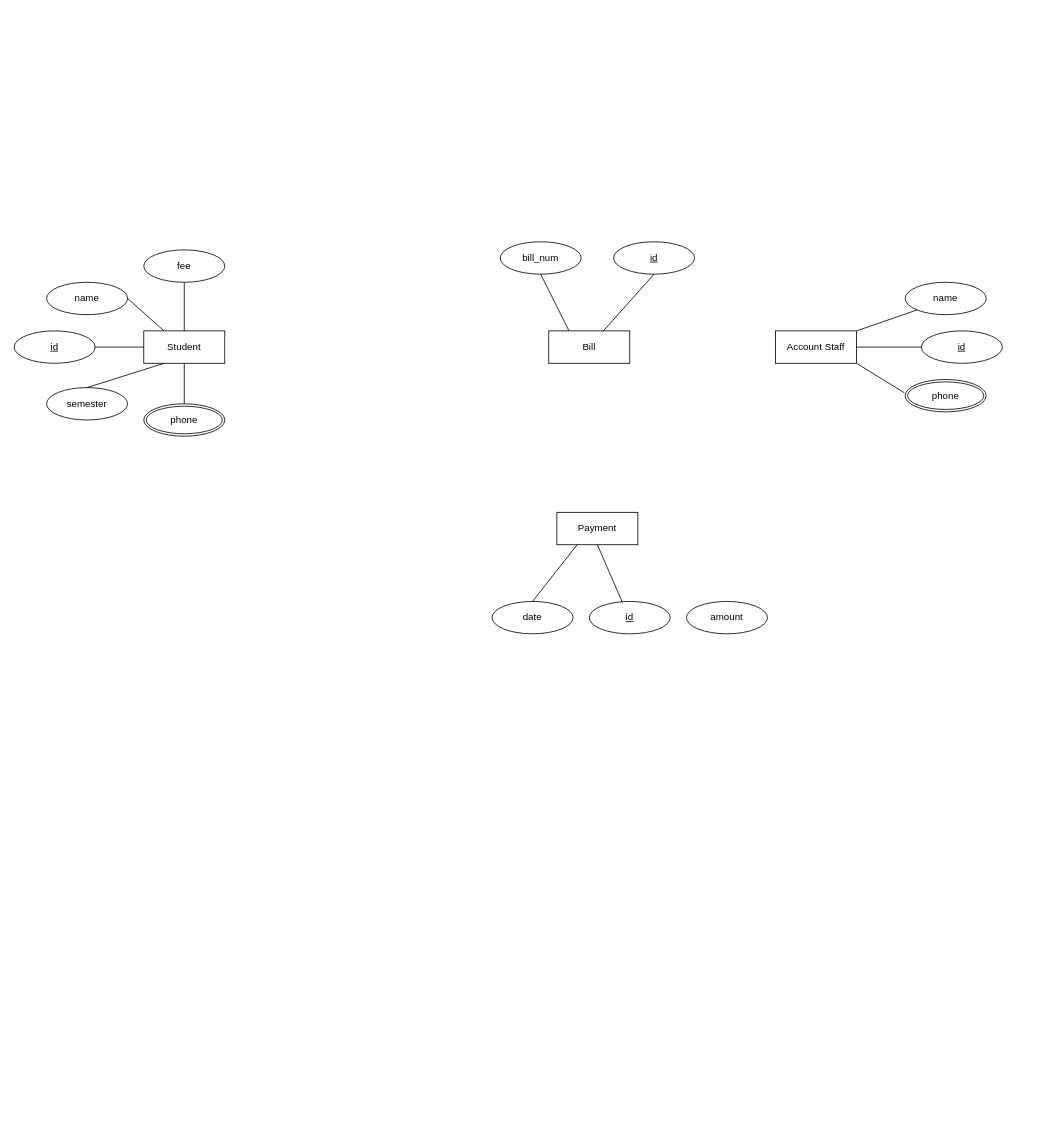
Above: ERD.drawio in Khesehang-Limbu/Project-I (draw.io), before the change. Source tidied: cells renumbered, new cells numbered last; positions are measured from the earlier drawing's top-left corner, leaving out a move shared by most shapes. Both pictures are drawn from the tidied source at 81%, with x=0, y=0 at pixel (14, 241).
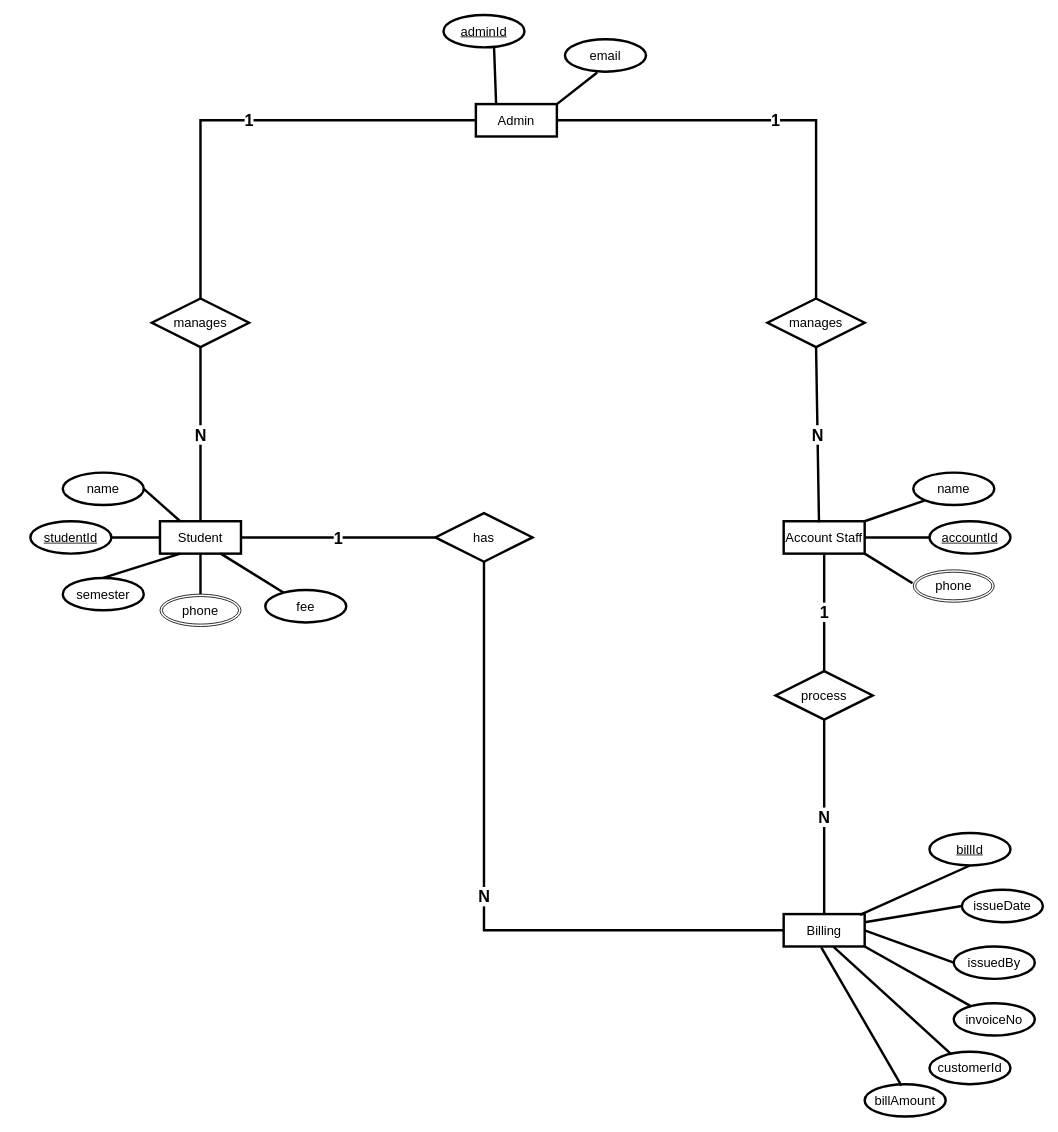
Above is the later version.

What changed in the source:
```diff
@@
-    <mxCell id="2" value="Student" style="whiteSpace=wrap;html=1;align=center;" parent="1" vertex="1">
-      <mxGeometry x="160" y="110" width="100" height="40" as="geometry" />
+    <mxCell id="2" value="Student" style="whiteSpace=wrap;html=1;align=center;strokeWidth=3;fontSize=16;" parent="1" vertex="1">
+      <mxGeometry x="180" y="345" width="100" height="40" as="geometry" />
     </mxCell>
-    <mxCell id="3" value="Bill" style="whiteSpace=wrap;html=1;align=center;" parent="1" vertex="1">
-      <mxGeometry x="660" y="110" width="100" height="40" as="geometry" />
+    <mxCell id="3" value="Billing" style="whiteSpace=wrap;html=1;align=center;strokeWidth=3;fontSize=16;" parent="1" vertex="1">
+      <mxGeometry x="950" y="830" width="100" height="40" as="geometry" />
     </mxCell>
-    <mxCell id="4" value="name" style="ellipse;whiteSpace=wrap;html=1;align=center;" parent="1" vertex="1">
-      <mxGeometry x="40" y="50" width="100" height="40" as="geometry" />
+    <mxCell id="4" value="name" style="ellipse;whiteSpace=wrap;html=1;align=center;strokeWidth=3;fontSize=16;" parent="1" vertex="1">
+      <mxGeometry x="60" y="285" width="100" height="40" as="geometry" />
     </mxCell>
-    <mxCell id="5" value="id" style="ellipse;whiteSpace=wrap;html=1;align=center;fontStyle=4;" parent="1" vertex="1">
-      <mxGeometry y="110" width="100" height="40" as="geometry" />
+    <mxCell id="5" value="studentId" style="ellipse;whiteSpace=wrap;html=1;align=center;fontStyle=4;strokeWidth=3;fontSize=16;" parent="1" vertex="1">
+      <mxGeometry x="20" y="345" width="100" height="40" as="geometry" />
     </mxCell>
-    <mxCell id="6" value="semester" style="ellipse;whiteSpace=wrap;html=1;align=center;" parent="1" vertex="1">
-      <mxGeometry x="40" y="180" width="100" height="40" as="geometry" />
+    <mxCell id="6" value="semester" style="ellipse;whiteSpace=wrap;html=1;align=center;strokeWidth=3;fontSize=16;" parent="1" vertex="1">
+      <mxGeometry x="60" y="415" width="100" height="40" as="geometry" />
     </mxCell>
-    <mxCell id="7" value="fee" style="ellipse;whiteSpace=wrap;html=1;align=center;" parent="1" vertex="1">
-      <mxGeometry x="160" y="10" width="100" height="40" as="geometry" />
+    <mxCell id="7" value="fee" style="ellipse;whiteSpace=wrap;html=1;align=center;strokeWidth=3;fontSize=16;" parent="1" vertex="1">
+      <mxGeometry x="310" y="430" width="100" height="40" as="geometry" />
     </mxCell>
-    <mxCell id="8" style="edgeStyle=orthogonalEdgeStyle;rounded=0;jettySize=auto;html=1;entryX=0.5;entryY=1;entryDx=0;entryDy=0;endArrow=none;endFill=0;" parent="1" edge="1" source="9" target="2">
+    <mxCell id="8" style="edgeStyle=orthogonalEdgeStyle;rounded=0;jettySize=auto;html=1;entryX=0.5;entryY=1;entryDx=0;entryDy=0;endArrow=none;endFill=0;strokeWidth=3;fontSize=16;" parent="1" edge="1" source="9" target="2">
       <mxGeometry relative="1" as="geometry" />
     </mxCell>
-    <mxCell id="9" value="phone" style="ellipse;shape=doubleEllipse;margin=3;whiteSpace=wrap;html=1;align=center;" parent="1" vertex="1">
-      <mxGeometry x="160" y="200" width="100" height="40" as="geometry" />
+    <mxCell id="9" value="phone" style="ellipse;shape=doubleEllipse;margin=3;whiteSpace=wrap;html=1;align=center;strokeWidth=1;fontSize=16;" parent="1" vertex="1">
+      <mxGeometry x="180" y="435" width="100" height="40" as="geometry" />
     </mxCell>
-    <mxCell id="10" style="endArrow=none;html=1;rounded=0;exitX=0.5;exitY=0;exitDx=0;exitDy=0;entryX=0.25;entryY=1;entryDx=0;entryDy=0;" parent="1" edge="1" source="6" target="2">
+    <mxCell id="10" style="endArrow=none;html=1;rounded=0;exitX=0.5;exitY=0;exitDx=0;exitDy=0;entryX=0.25;entryY=1;entryDx=0;entryDy=0;strokeWidth=3;fontSize=16;" parent="1" edge="1" source="6" target="2">
       <mxGeometry relative="1" as="geometry" />
     </mxCell>
-    <mxCell id="11" style="endArrow=none;html=1;rounded=0;exitX=1;exitY=0.5;exitDx=0;exitDy=0;entryX=0;entryY=0.5;entryDx=0;entryDy=0;" parent="1" edge="1" source="5" target="2">
+    <mxCell id="11" style="endArrow=none;html=1;rounded=0;exitX=1;exitY=0.5;exitDx=0;exitDy=0;entryX=0;entryY=0.5;entryDx=0;entryDy=0;strokeWidth=3;fontSize=16;" parent="1" edge="1" source="5" target="2">
       <mxGeometry relative="1" as="geometry" />
     </mxCell>
-    <mxCell id="12" style="endArrow=none;html=1;rounded=0;exitX=1;exitY=0.5;exitDx=0;exitDy=0;entryX=0.25;entryY=0;entryDx=0;entryDy=0;" parent="1" edge="1" source="4" target="2">
+    <mxCell id="12" style="endArrow=none;html=1;rounded=0;exitX=1;exitY=0.5;exitDx=0;exitDy=0;entryX=0.25;entryY=0;entryDx=0;entryDy=0;strokeWidth=3;fontSize=16;" parent="1" edge="1" source="4" target="2">
       <mxGeometry relative="1" as="geometry" />
     </mxCell>
-    <mxCell id="13" style="endArrow=none;html=1;rounded=0;exitX=0.5;exitY=1;exitDx=0;exitDy=0;entryX=0.5;entryY=0;entryDx=0;entryDy=0;" parent="1" edge="1" source="7" target="2">
+    <mxCell id="13" style="endArrow=none;html=1;rounded=0;entryX=0.75;entryY=1;entryDx=0;entryDy=0;strokeWidth=3;fontSize=16;" parent="1" edge="1" source="7" target="2">
       <mxGeometry relative="1" as="geometry" />
     </mxCell>
-    <mxCell id="14" value="Account Staff" style="whiteSpace=wrap;html=1;align=center;" parent="1" vertex="1">
-      <mxGeometry x="940" y="110" width="100" height="40" as="geometry" />
+    <mxCell id="14" value="Account Staff" style="whiteSpace=wrap;html=1;align=center;strokeWidth=3;fontSize=16;" parent="1" vertex="1">
+      <mxGeometry x="950" y="345" width="100" height="40" as="geometry" />
     </mxCell>
-    <mxCell id="15" value="name" style="ellipse;whiteSpace=wrap;html=1;align=center;" parent="1" vertex="1">
-      <mxGeometry x="1100" y="50" width="100" height="40" as="geometry" />
+    <mxCell id="15" value="name" style="ellipse;whiteSpace=wrap;html=1;align=center;strokeWidth=3;fontSize=16;" parent="1" vertex="1">
+      <mxGeometry x="1110" y="285" width="100" height="40" as="geometry" />
     </mxCell>
-    <mxCell id="16" value="id" style="ellipse;whiteSpace=wrap;html=1;align=center;fontStyle=4;" parent="1" vertex="1">
-      <mxGeometry x="1120" y="110" width="100" height="40" as="geometry" />
+    <mxCell id="16" value="accountId" style="ellipse;whiteSpace=wrap;html=1;align=center;fontStyle=4;strokeWidth=3;fontSize=16;" parent="1" vertex="1">
+      <mxGeometry x="1130" y="345" width="100" height="40" as="geometry" />
     </mxCell>
-    <mxCell id="17" value="phone" style="ellipse;shape=doubleEllipse;margin=3;whiteSpace=wrap;html=1;align=center;" parent="1" vertex="1">
-      <mxGeometry x="1100" y="170" width="100" height="40" as="geometry" />
+    <mxCell id="17" value="phone" style="ellipse;shape=doubleEllipse;margin=3;whiteSpace=wrap;html=1;align=center;strokeWidth=1;fontSize=16;" parent="1" vertex="1">
+      <mxGeometry x="1110" y="405" width="100" height="40" as="geometry" />
     </mxCell>
-    <mxCell id="18" style="endArrow=none;html=1;rounded=0;exitX=0;exitY=0.5;exitDx=0;exitDy=0;" parent="1" edge="1" source="16">
+    <mxCell id="18" style="endArrow=none;html=1;rounded=0;exitX=0;exitY=0.5;exitDx=0;exitDy=0;strokeWidth=3;fontSize=16;" parent="1" edge="1" source="16">
       <mxGeometry relative="1" as="geometry">
-        <mxPoint x="1040" y="130" as="targetPoint" />
+        <mxPoint x="1050" y="365" as="targetPoint" />
       </mxGeometry>
     </mxCell>
-    <mxCell id="19" style="endArrow=none;html=1;rounded=0;entryX=1;entryY=0;entryDx=0;entryDy=0;exitX=0;exitY=1;exitDx=0;exitDy=0;" parent="1" edge="1" source="15" target="14">
+    <mxCell id="19" style="endArrow=none;html=1;rounded=0;entryX=1;entryY=0;entryDx=0;entryDy=0;exitX=0;exitY=1;exitDx=0;exitDy=0;strokeWidth=3;fontSize=16;" parent="1" edge="1" source="15" target="14">
       <mxGeometry relative="1" as="geometry" />
     </mxCell>
-    <mxCell id="20" style="endArrow=none;html=1;rounded=0;entryX=1;entryY=1;entryDx=0;entryDy=0;exitX=-0.009;exitY=0.412;exitDx=0;exitDy=0;exitPerimeter=0;" parent="1" edge="1" source="17" target="14">
+    <mxCell id="20" style="endArrow=none;html=1;rounded=0;entryX=1;entryY=1;entryDx=0;entryDy=0;exitX=-0.009;exitY=0.412;exitDx=0;exitDy=0;exitPerimeter=0;strokeWidth=3;fontSize=16;" parent="1" edge="1" source="17" target="14">
       <mxGeometry relative="1" as="geometry" />
     </mxCell>
-    <mxCell id="21" value="bill_num" style="ellipse;whiteSpace=wrap;html=1;align=center;" parent="1" vertex="1">
-      <mxGeometry x="600" width="100" height="40" as="geometry" />
+    <mxCell id="21" value="invoiceNo" style="ellipse;whiteSpace=wrap;html=1;align=center;strokeWidth=3;fontSize=16;" parent="1" vertex="1">
+      <mxGeometry x="1160" y="940" width="100" height="40" as="geometry" />
     </mxCell>
-    <mxCell id="22" value="id" style="ellipse;whiteSpace=wrap;html=1;align=center;fontStyle=4;" parent="1" vertex="1">
-      <mxGeometry x="740" width="100" height="40" as="geometry" />
+    <mxCell id="22" value="billId" style="ellipse;whiteSpace=wrap;html=1;align=center;fontStyle=4;strokeWidth=3;fontSize=16;" parent="1" vertex="1">
+      <mxGeometry x="1130" y="730" width="100" height="40" as="geometry" />
     </mxCell>
-    <mxCell id="23" style="endArrow=none;html=1;rounded=0;entryX=0.667;entryY=0.021;entryDx=0;entryDy=0;entryPerimeter=0;exitX=0.5;exitY=1;exitDx=0;exitDy=0;" parent="1" edge="1" source="22" target="3">
+    <mxCell id="23" style="endArrow=none;html=1;rounded=0;entryX=0.942;entryY=0.022;entryDx=0;entryDy=0;entryPerimeter=0;exitX=0.5;exitY=1;exitDx=0;exitDy=0;strokeWidth=3;fontSize=16;" parent="1" edge="1" source="22" target="3">
       <mxGeometry relative="1" as="geometry" />
     </mxCell>
-    <mxCell id="24" style="endArrow=none;html=1;rounded=0;entryX=0.5;entryY=1;entryDx=0;entryDy=0;exitX=0.25;exitY=0;exitDx=0;exitDy=0;" parent="1" edge="1" source="3" target="21">
+    <mxCell id="24" style="endArrow=none;html=1;rounded=0;exitX=1;exitY=1;exitDx=0;exitDy=0;strokeWidth=3;fontSize=16;" parent="1" edge="1" source="3" target="21">
       <mxGeometry relative="1" as="geometry" />
     </mxCell>
-    <mxCell id="25" value="Payment" style="whiteSpace=wrap;html=1;align=center;" parent="1" vertex="1">
-      <mxGeometry x="670" y="334" width="100" height="40" as="geometry" />
-    </mxCell>
-    <mxCell id="26" value="date" style="ellipse;whiteSpace=wrap;html=1;align=center;" parent="1" vertex="1">
-      <mxGeometry x="590" y="444" width="100" height="40" as="geometry" />
-    </mxCell>
-    <mxCell id="27" value="id" style="ellipse;whiteSpace=wrap;html=1;align=center;fontStyle=4;" parent="1" vertex="1">
-      <mxGeometry x="710" y="444" width="100" height="40" as="geometry" />
-    </mxCell>
-    <mxCell id="28" style="endArrow=none;html=1;rounded=0;exitX=0.409;exitY=0.03;exitDx=0;exitDy=0;entryX=0.5;entryY=1;entryDx=0;entryDy=0;exitPerimeter=0;" parent="1" edge="1" source="27" target="25">
-      <mxGeometry relative="1" as="geometry" />
-    </mxCell>
-    <mxCell id="29" style="endArrow=none;html=1;rounded=0;entryX=0.5;entryY=0;entryDx=0;entryDy=0;exitX=0.25;exitY=1;exitDx=0;exitDy=0;" parent="1" edge="1" source="25" target="26">
-      <mxGeometry relative="1" as="geometry" />
-    </mxCell>
-    <mxCell id="30" value="amount" style="ellipse;whiteSpace=wrap;html=1;align=center;" parent="1" vertex="1">
-      <mxGeometry x="830" y="444" width="100" height="40" as="geometry" />
-    </mxCell>
+    <mxCell id="31" value="Admin&lt;br style=&quot;font-size: 16px;&quot;&gt;" style="whiteSpace=wrap;html=1;align=center;strokeWidth=3;fontSize=16;" parent="1" vertex="1">
+      <mxGeometry x="570" y="-170" width="100" height="40" as="geometry" />
+    </mxCell>
+    <mxCell id="32" style="endArrow=none;html=1;rounded=0;exitX=1;exitY=0;exitDx=0;exitDy=0;entryX=0.398;entryY=1.024;entryDx=0;entryDy=0;entryPerimeter=0;strokeWidth=3;fontSize=16;" parent="1" edge="1" source="31" target="33">
+      <mxGeometry relative="1" as="geometry" />
+    </mxCell>
+    <mxCell id="33" value="email" style="ellipse;whiteSpace=wrap;html=1;align=center;strokeWidth=3;fontSize=16;" parent="1" vertex="1">
+      <mxGeometry x="680" y="-250" width="100" height="40" as="geometry" />
+    </mxCell>
+    <mxCell id="34" value="adminId" style="ellipse;whiteSpace=wrap;html=1;align=center;fontStyle=4;strokeWidth=3;fontSize=16;" parent="1" vertex="1">
+      <mxGeometry x="530" y="-280" width="100" height="40" as="geometry" />
+    </mxCell>
+    <mxCell id="35" style="endArrow=none;html=1;rounded=0;exitX=0.25;exitY=0;exitDx=0;exitDy=0;entryX=0.624;entryY=0.969;entryDx=0;entryDy=0;entryPerimeter=0;strokeWidth=3;fontSize=16;" parent="1" edge="1" source="31" target="34">
+      <mxGeometry relative="1" as="geometry" />
+    </mxCell>
+    <mxCell id="36" value="manages" style="shape=rhombus;perimeter=rhombusPerimeter;whiteSpace=wrap;html=1;align=center;strokeWidth=3;fontSize=16;" parent="1" vertex="1">
+      <mxGeometry x="170" y="70" width="120" height="60" as="geometry" />
+    </mxCell>
+    <mxCell id="37" value="manages" style="shape=rhombus;perimeter=rhombusPerimeter;whiteSpace=wrap;html=1;align=center;strokeWidth=3;fontSize=16;" parent="1" vertex="1">
+      <mxGeometry x="930" y="70" width="120" height="60" as="geometry" />
+    </mxCell>
+    <mxCell id="38" value="1" style="endArrow=none;html=1;rounded=0;exitX=0;exitY=0.5;exitDx=0;exitDy=0;entryX=0.5;entryY=0;entryDx=0;entryDy=0;strokeWidth=3;fontSize=20;fontStyle=1;" parent="1" edge="1" source="31" target="36">
+      <mxGeometry relative="1" as="geometry">
+        <Array as="points">
+          <mxPoint x="230" y="-150" />
+        </Array>
+      </mxGeometry>
+    </mxCell>
+    <mxCell id="39" value="1" style="endArrow=none;html=1;rounded=0;exitX=1;exitY=0.5;exitDx=0;exitDy=0;entryX=0.5;entryY=0;entryDx=0;entryDy=0;strokeWidth=3;fontSize=20;fontStyle=1;" parent="1" edge="1" source="31" target="37">
+      <mxGeometry relative="1" as="geometry">
+        <Array as="points">
+          <mxPoint x="990" y="-150" />
+        </Array>
+      </mxGeometry>
+    </mxCell>
+    <mxCell id="40" value="N" style="endArrow=none;html=1;rounded=0;exitX=0.5;exitY=1;exitDx=0;exitDy=0;entryX=0.5;entryY=0;entryDx=0;entryDy=0;strokeWidth=3;fontSize=20;fontStyle=1;" parent="1" edge="1" source="36" target="2">
+      <mxGeometry relative="1" as="geometry" />
+    </mxCell>
+    <mxCell id="41" value="N" style="endArrow=none;html=1;rounded=0;exitX=0.5;exitY=1;exitDx=0;exitDy=0;entryX=0.436;entryY=0.035;entryDx=0;entryDy=0;entryPerimeter=0;strokeWidth=3;fontSize=20;fontStyle=1;" parent="1" edge="1" source="37" target="14">
+      <mxGeometry relative="1" as="geometry" />
+    </mxCell>
+    <mxCell id="42" value="customerId" style="ellipse;whiteSpace=wrap;html=1;align=center;strokeWidth=3;fontSize=16;" parent="1" vertex="1">
+      <mxGeometry x="1130" y="1000" width="100" height="40" as="geometry" />
+    </mxCell>
+    <mxCell id="43" style="endArrow=none;html=1;rounded=0;exitX=0.271;exitY=0.078;exitDx=0;exitDy=0;entryX=0.616;entryY=1.012;entryDx=0;entryDy=0;entryPerimeter=0;exitPerimeter=0;strokeWidth=3;fontSize=16;" parent="1" edge="1" source="42" target="3">
+      <mxGeometry relative="1" as="geometry" />
+    </mxCell>
+    <mxCell id="44" value="billAmount" style="ellipse;whiteSpace=wrap;html=1;align=center;strokeWidth=3;fontSize=16;" parent="1" vertex="1">
+      <mxGeometry x="1050" y="1040" width="100" height="40" as="geometry" />
+    </mxCell>
+    <mxCell id="45" value="issueDate" style="ellipse;whiteSpace=wrap;html=1;align=center;strokeWidth=3;fontSize=16;" parent="1" vertex="1">
+      <mxGeometry x="1170" y="800" width="100" height="40" as="geometry" />
+    </mxCell>
+    <mxCell id="46" value="issuedBy" style="ellipse;whiteSpace=wrap;html=1;align=center;strokeWidth=3;fontSize=16;" parent="1" vertex="1">
+      <mxGeometry x="1160" y="870" width="100" height="40" as="geometry" />
+    </mxCell>
+    <mxCell id="47" style="endArrow=none;html=1;rounded=0;entryX=1;entryY=0.5;entryDx=0;entryDy=0;exitX=0;exitY=0.5;exitDx=0;exitDy=0;strokeWidth=3;fontSize=16;" parent="1" edge="1" source="46" target="3">
+      <mxGeometry relative="1" as="geometry" />
+    </mxCell>
+    <mxCell id="48" style="endArrow=none;html=1;rounded=0;entryX=1;entryY=0.25;entryDx=0;entryDy=0;exitX=0;exitY=0.5;exitDx=0;exitDy=0;strokeWidth=3;fontSize=16;" parent="1" edge="1" source="45" target="3">
+      <mxGeometry relative="1" as="geometry" />
+    </mxCell>
+    <mxCell id="49" style="endArrow=none;html=1;rounded=0;entryX=0.454;entryY=0.042;entryDx=0;entryDy=0;exitX=0.464;exitY=1.026;exitDx=0;exitDy=0;entryPerimeter=0;exitPerimeter=0;strokeWidth=3;fontSize=16;" parent="1" edge="1" source="3" target="44">
+      <mxGeometry relative="1" as="geometry" />
+    </mxCell>
+    <mxCell id="50" value="process" style="shape=rhombus;perimeter=rhombusPerimeter;whiteSpace=wrap;html=1;align=center;strokeWidth=3;fontSize=16;" parent="1" vertex="1">
+      <mxGeometry x="940" y="530" width="120" height="60" as="geometry" />
+    </mxCell>
+    <mxCell id="51" value="1" style="endArrow=none;html=1;rounded=0;entryX=0.5;entryY=1;entryDx=0;entryDy=0;exitX=0.5;exitY=0;exitDx=0;exitDy=0;strokeWidth=3;fontSize=20;fontStyle=1;" parent="1" edge="1" source="50" target="14">
+      <mxGeometry relative="1" as="geometry" />
+    </mxCell>
+    <mxCell id="52" value="N" style="endArrow=none;html=1;rounded=0;entryX=0.5;entryY=0;entryDx=0;entryDy=0;exitX=0.5;exitY=1;exitDx=0;exitDy=0;strokeWidth=3;fontSize=20;fontStyle=1;" parent="1" edge="1" source="50" target="3">
+      <mxGeometry relative="1" as="geometry" />
+    </mxCell>
+    <mxCell id="53" value="has" style="shape=rhombus;perimeter=rhombusPerimeter;whiteSpace=wrap;html=1;align=center;strokeWidth=3;fontSize=16;" parent="1" vertex="1">
+      <mxGeometry x="520" y="335" width="120" height="60" as="geometry" />
+    </mxCell>
+    <mxCell id="54" value="1" style="endArrow=none;html=1;rounded=0;entryX=0;entryY=0.5;entryDx=0;entryDy=0;exitX=1;exitY=0.5;exitDx=0;exitDy=0;strokeWidth=3;fontSize=20;fontStyle=1;" parent="1" edge="1" source="2" target="53">
+      <mxGeometry relative="1" as="geometry" />
+    </mxCell>
+    <mxCell id="55" value="N" style="endArrow=none;html=1;rounded=0;exitX=0.5;exitY=1;exitDx=0;exitDy=0;entryX=0;entryY=0.5;entryDx=0;entryDy=0;strokeWidth=3;fontSize=20;fontStyle=1;" parent="1" edge="1" source="53" target="3">
+      <mxGeometry relative="1" as="geometry">
+        <Array as="points">
+          <mxPoint x="580" y="850" />
+        </Array>
+      </mxGeometry>
+    </mxCell>
```
